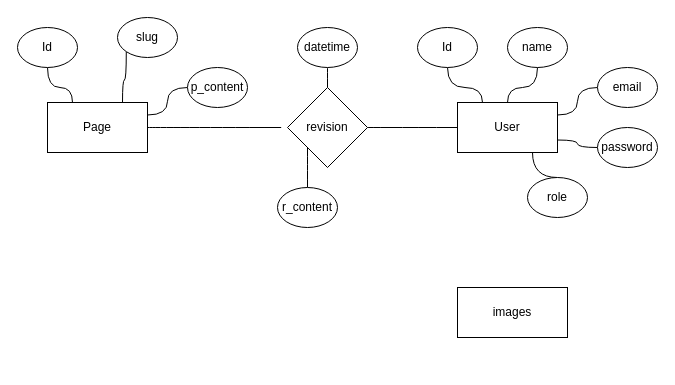
Above: Untitled Diagram.drawio in vaighir/-CMS-WIKI-FI9E (draw.io), before the change. Source tidied: cells renumbered, new cells numbered last; positions are measured from the earlier drawing's top-left corner, leaving out a move shared by most shapes. Both pictures are drawn from the tidied source at 100%, with x=0, y=0 at pixel (17, 17).
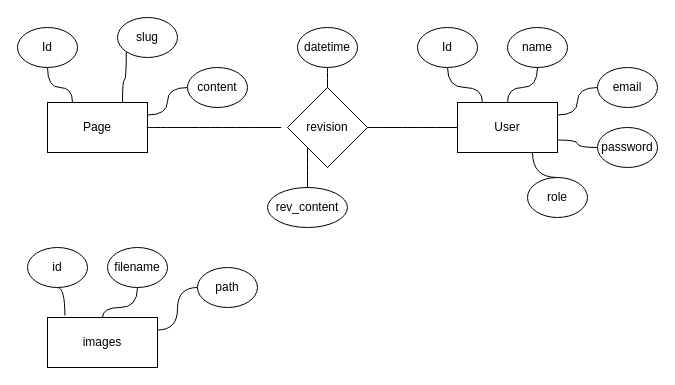
The same diagram, later.

The edit, as a diff of the source:
```diff
@@
-    <mxCell id="11" value="p_content" style="ellipse;whiteSpace=wrap;html=1;" parent="1" vertex="1">
+    <mxCell id="11" value="content" style="ellipse;whiteSpace=wrap;html=1;" parent="1" vertex="1">
       <mxGeometry x="170" y="50" width="60" height="40" as="geometry" />
     </mxCell>
@@
     <mxCell id="23" value="images" style="rounded=0;whiteSpace=wrap;html=1;" parent="1" vertex="1">
-      <mxGeometry x="440" y="270" width="110" height="50" as="geometry" />
+      <mxGeometry x="30" y="300" width="110" height="50" as="geometry" />
     </mxCell>
@@
-    <mxCell id="27" value="r_content" style="ellipse;whiteSpace=wrap;html=1;" parent="1" vertex="1">
-      <mxGeometry x="260" y="170" width="60" height="40" as="geometry" />
+    <mxCell id="27" value="rev_content" style="ellipse;whiteSpace=wrap;html=1;" parent="1" vertex="1">
+      <mxGeometry x="250" y="170" width="80" height="40" as="geometry" />
     </mxCell>
+    <mxCell id="28" style="edgeStyle=orthogonalEdgeStyle;curved=1;jettySize=auto;html=1;exitX=0.5;exitY=1;exitDx=0;exitDy=0;entryX=0.158;entryY=-0.04;entryDx=0;entryDy=0;entryPerimeter=0;endArrow=none;endFill=0;" parent="1" edge="1" source="29" target="23">
+      <mxGeometry relative="1" as="geometry" />
+    </mxCell>
+    <mxCell id="29" value="id" style="ellipse;whiteSpace=wrap;html=1;" parent="1" vertex="1">
+      <mxGeometry x="10" y="230" width="60" height="40" as="geometry" />
+    </mxCell>
+    <mxCell id="30" style="edgeStyle=orthogonalEdgeStyle;curved=1;jettySize=auto;html=1;exitX=0.5;exitY=1;exitDx=0;exitDy=0;entryX=0.5;entryY=0;entryDx=0;entryDy=0;endArrow=none;endFill=0;" parent="1" edge="1" source="31" target="23">
+      <mxGeometry relative="1" as="geometry" />
+    </mxCell>
+    <mxCell id="31" value="filename" style="ellipse;whiteSpace=wrap;html=1;" parent="1" vertex="1">
+      <mxGeometry x="90" y="230" width="60" height="40" as="geometry" />
+    </mxCell>
+    <mxCell id="32" style="edgeStyle=orthogonalEdgeStyle;curved=1;jettySize=auto;html=1;exitX=0;exitY=0.5;exitDx=0;exitDy=0;entryX=1;entryY=0.25;entryDx=0;entryDy=0;endArrow=none;endFill=0;" parent="1" edge="1" source="33" target="23">
+      <mxGeometry relative="1" as="geometry" />
+    </mxCell>
+    <mxCell id="33" value="path" style="ellipse;whiteSpace=wrap;html=1;" parent="1" vertex="1">
+      <mxGeometry x="180" y="250" width="60" height="40" as="geometry" />
+    </mxCell>
```
